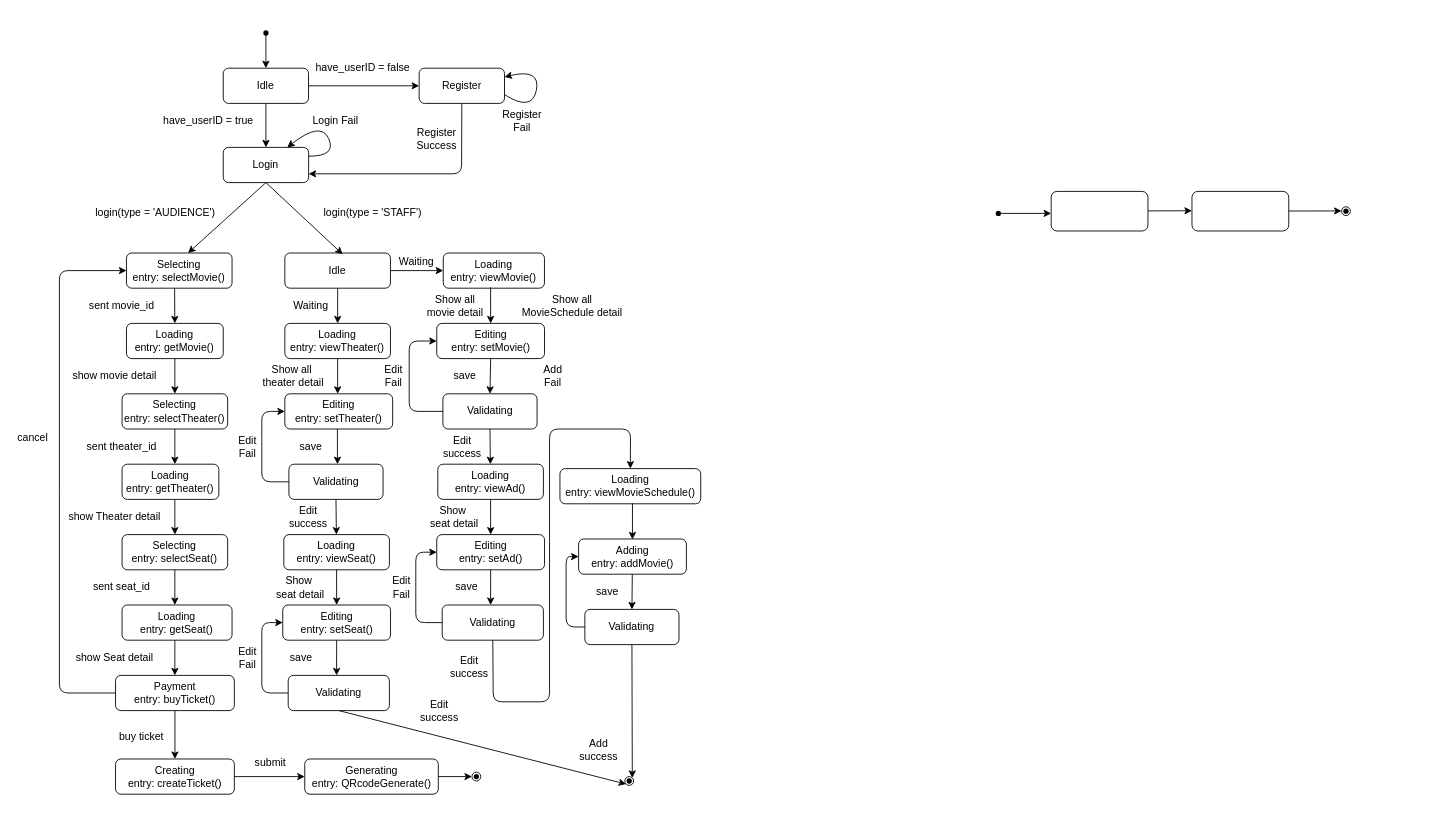
This is Untitled Diagram.drawio from WSBoos/Boos, a draw.io file, before an edit. Source tidied: cells renumbered, new cells numbered last; positions are measured from the earlier drawing's top-left corner, leaving out a move shared by most shapes. Both pictures are drawn from the tidied source at 88%, with x=0, y=0 at pixel (15, 15).
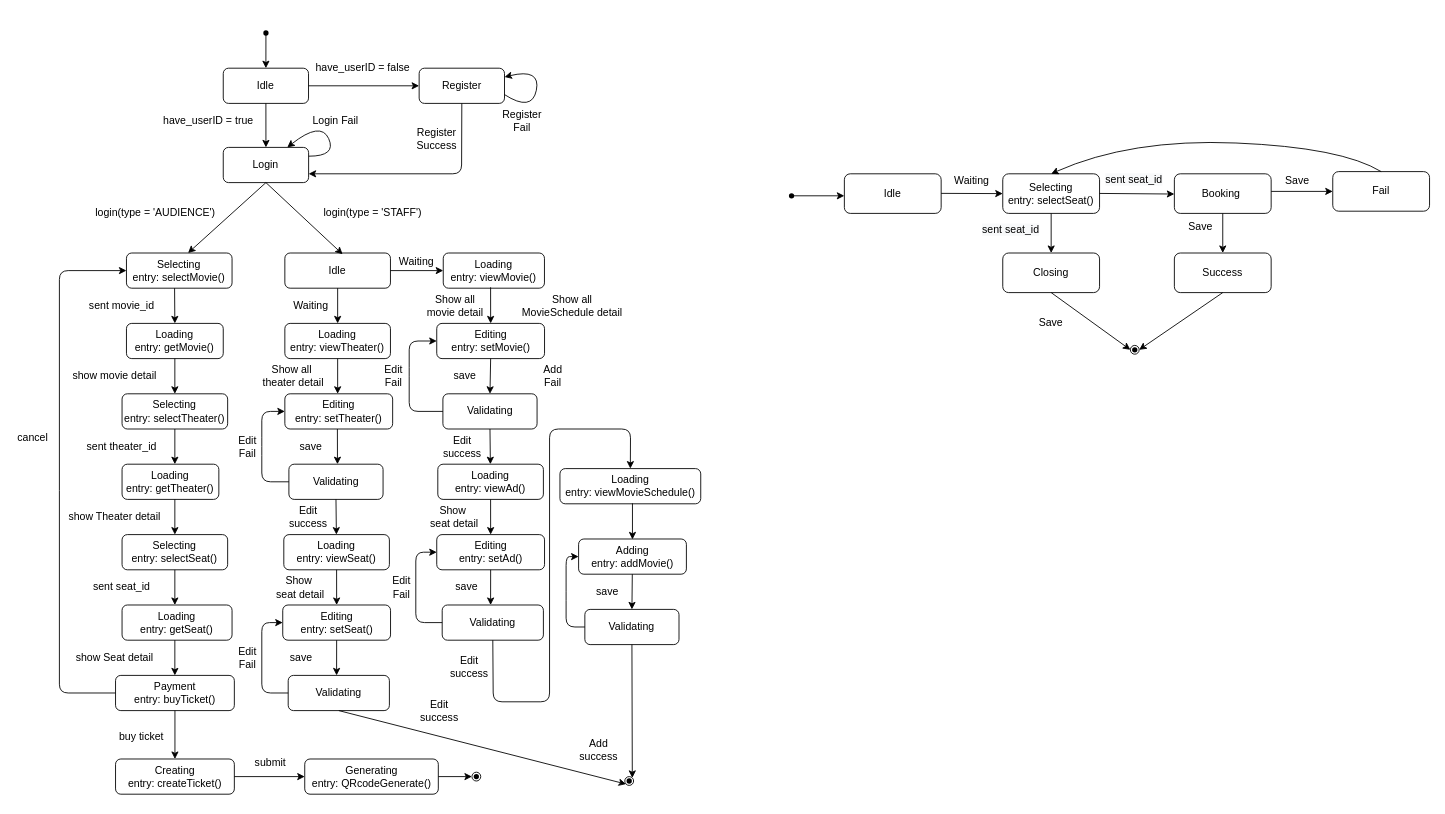
The same diagram, later.

What changed in the source:
```diff
@@
     <mxCell id="113" style="shape=waypoint;sketch=0;size=6;points=[];fillColor=none;perimeter=centerPerimeter;snapToPoint=1;" parent="1" vertex="1">
-      <mxGeometry x="1097" y="205" width="40" height="40" as="geometry" />
+      <mxGeometry x="862" y="185" width="40" height="40" as="geometry" />
     </mxCell>
     <mxCell id="114" style="endArrow=classic;html=1;exitX=0.58;exitY=0.755;exitDx=0;exitDy=0;exitPerimeter=0;" parent="1" edge="1" source="113">
       <mxGeometry relative="1" as="geometry">
-        <mxPoint x="1177" y="225" as="targetPoint" />
+        <mxPoint x="942" y="205" as="targetPoint" />
       </mxGeometry>
     </mxCell>
-    <mxCell id="115" style="endArrow=classic;html=1;exitX=1;exitY=0.5;exitDx=0;exitDy=0;" parent="1" edge="1">
+    <mxCell id="115" style="endArrow=classic;html=1;exitX=1;exitY=0.5;exitDx=0;exitDy=0;entryX=0;entryY=0.5;entryDx=0;entryDy=0;" parent="1" edge="1" target="117">
       <mxGeometry relative="1" as="geometry">
-        <mxPoint x="1277" y="222.2" as="sourcePoint" />
-        <mxPoint x="1337" y="222" as="targetPoint" />
+        <mxPoint x="1042" y="202.2" as="sourcePoint" />
       </mxGeometry>
     </mxCell>
-    <mxCell id="116" style="rounded=1;whiteSpace=wrap;html=1;" parent="1" vertex="1">
-      <mxGeometry x="1177" y="200" width="110" height="45" as="geometry" />
+    <mxCell id="116" value="Idle" style="rounded=1;whiteSpace=wrap;html=1;" parent="1" vertex="1">
+      <mxGeometry x="942" y="180" width="110" height="45" as="geometry" />
     </mxCell>
-    <mxCell id="117" style="rounded=1;whiteSpace=wrap;html=1;" parent="1" vertex="1">
-      <mxGeometry x="1337" y="200" width="110" height="45" as="geometry" />
+    <mxCell id="117" value="Selecting&lt;br&gt;entry:&amp;nbsp;selectSeat()" style="rounded=1;whiteSpace=wrap;html=1;" parent="1" vertex="1">
+      <mxGeometry x="1122" y="180" width="110" height="45" as="geometry" />
     </mxCell>
     <mxCell id="118" style="endArrow=classic;html=1;exitX=1;exitY=0.5;exitDx=0;exitDy=0;" parent="1" edge="1">
       <mxGeometry relative="1" as="geometry">
-        <mxPoint x="1447" y="222.3" as="sourcePoint" />
-        <mxPoint x="1507" y="222.2" as="targetPoint" />
+        <mxPoint x="1232" y="202.3" as="sourcePoint" />
+        <mxPoint x="1317" y="203" as="targetPoint" />
       </mxGeometry>
     </mxCell>
     <mxCell id="119" style="ellipse;whiteSpace=wrap;html=1;" parent="1" vertex="1">
-      <mxGeometry x="1507" y="217.5" width="10" height="10" as="geometry" />
+      <mxGeometry x="1267" y="375" width="10" height="10" as="geometry" />
     </mxCell>
     <mxCell id="120" style="shape=waypoint;sketch=0;size=6;fillColor=none;perimeter=centerPerimeter;" parent="1" vertex="1">
-      <mxGeometry x="1492" y="202.5" width="40" height="40" as="geometry" />
+      <mxGeometry x="1252" y="360" width="40" height="40" as="geometry" />
     </mxCell>
+    <mxCell id="121" value="Waiting" style="text;html=1;strokeColor=none;fillColor=none;align=center;verticalAlign=middle;whiteSpace=wrap;rounded=0;" parent="1" vertex="1">
+      <mxGeometry x="1067" y="177.5" width="40" height="20" as="geometry" />
+    </mxCell>
+    <mxCell id="122" value="&lt;span style=&quot;color: rgb(0, 0, 0); font-family: helvetica; font-size: 12px; font-style: normal; font-weight: 400; letter-spacing: normal; text-align: center; text-indent: 0px; text-transform: none; word-spacing: 0px; background-color: rgb(248, 249, 250); display: inline; float: none;&quot;&gt;sent seat_id&lt;/span&gt;" style="text;whiteSpace=wrap;html=1;" parent="1" vertex="1">
+      <mxGeometry x="1237" y="172.5" width="70" height="30" as="geometry" />
+    </mxCell>
+    <mxCell id="123" value="Booking&amp;nbsp;" style="rounded=1;whiteSpace=wrap;html=1;align=center;" parent="1" vertex="1">
+      <mxGeometry x="1317" y="180" width="110" height="45" as="geometry" />
+    </mxCell>
+    <mxCell id="124" style="endArrow=classic;html=1;exitX=0.5;exitY=1;exitDx=0;exitDy=0;" parent="1" edge="1" source="117">
+      <mxGeometry relative="1" as="geometry">
+        <mxPoint x="1177" y="270" as="targetPoint" />
+      </mxGeometry>
+    </mxCell>
+    <mxCell id="125" value="Closing" style="rounded=1;whiteSpace=wrap;html=1;" parent="1" vertex="1">
+      <mxGeometry x="1122" y="270" width="110" height="45" as="geometry" />
+    </mxCell>
+    <mxCell id="126" value="Success" style="rounded=1;whiteSpace=wrap;html=1;" parent="1" vertex="1">
+      <mxGeometry x="1317" y="270" width="110" height="45" as="geometry" />
+    </mxCell>
+    <mxCell id="127" style="endArrow=classic;html=1;exitX=0.5;exitY=1;exitDx=0;exitDy=0;" parent="1" edge="1" source="123" target="126">
+      <mxGeometry relative="1" as="geometry" />
+    </mxCell>
+    <mxCell id="128" value="Fail" style="rounded=1;whiteSpace=wrap;html=1;align=center;" parent="1" vertex="1">
+      <mxGeometry x="1497" y="177.5" width="110" height="45" as="geometry" />
+    </mxCell>
+    <mxCell id="129" style="endArrow=classic;html=1;entryX=0;entryY=0.5;entryDx=0;entryDy=0;" parent="1" edge="1" target="128">
+      <mxGeometry relative="1" as="geometry">
+        <mxPoint x="1427" y="200" as="sourcePoint" />
+      </mxGeometry>
+    </mxCell>
+    <mxCell id="130" value="Save" style="text;html=1;strokeColor=none;fillColor=none;align=center;verticalAlign=middle;whiteSpace=wrap;rounded=0;" parent="1" vertex="1">
+      <mxGeometry x="1437" y="177.5" width="40" height="20" as="geometry" />
+    </mxCell>
+    <mxCell id="131" value="Save" style="text;html=1;strokeColor=none;fillColor=none;align=center;verticalAlign=middle;whiteSpace=wrap;rounded=0;" parent="1" vertex="1">
+      <mxGeometry x="1327" y="230" width="40" height="20" as="geometry" />
+    </mxCell>
+    <mxCell id="132" style="curved=1;endArrow=classic;html=1;entryX=0.5;entryY=0;entryDx=0;entryDy=0;exitX=0.5;exitY=0;exitDx=0;exitDy=0;" parent="1" edge="1" source="128" target="117">
+      <mxGeometry relative="1" as="geometry">
+        <Array as="points">
+          <mxPoint x="1507" y="150" />
+          <mxPoint x="1267" y="140" />
+        </Array>
+      </mxGeometry>
+    </mxCell>
+    <mxCell id="133" style="endArrow=classic;html=1;exitX=0.5;exitY=1;exitDx=0;exitDy=0;entryX=0;entryY=0.5;entryDx=0;entryDy=0;" parent="1" edge="1" source="125" target="119">
+      <mxGeometry relative="1" as="geometry" />
+    </mxCell>
+    <mxCell id="134" style="endArrow=classic;html=1;exitX=0.5;exitY=1;exitDx=0;exitDy=0;entryX=1;entryY=0.5;entryDx=0;entryDy=0;" parent="1" edge="1" source="126" target="119">
+      <mxGeometry relative="1" as="geometry" />
+    </mxCell>
+    <mxCell id="135" value="Save" style="text;html=1;strokeColor=none;fillColor=none;align=center;verticalAlign=middle;whiteSpace=wrap;rounded=0;" parent="1" vertex="1">
+      <mxGeometry x="1157" y="340" width="40" height="20" as="geometry" />
+    </mxCell>
+    <mxCell id="136" value="&lt;span style=&quot;color: rgb(0, 0, 0); font-family: helvetica; font-size: 12px; font-style: normal; font-weight: 400; letter-spacing: normal; text-align: center; text-indent: 0px; text-transform: none; word-spacing: 0px; background-color: rgb(248, 249, 250); display: inline; float: none;&quot;&gt;sent seat_id&lt;/span&gt;" style="text;whiteSpace=wrap;html=1;" parent="1" vertex="1">
+      <mxGeometry x="1097" y="230" width="70" height="30" as="geometry" />
+    </mxCell>
```
